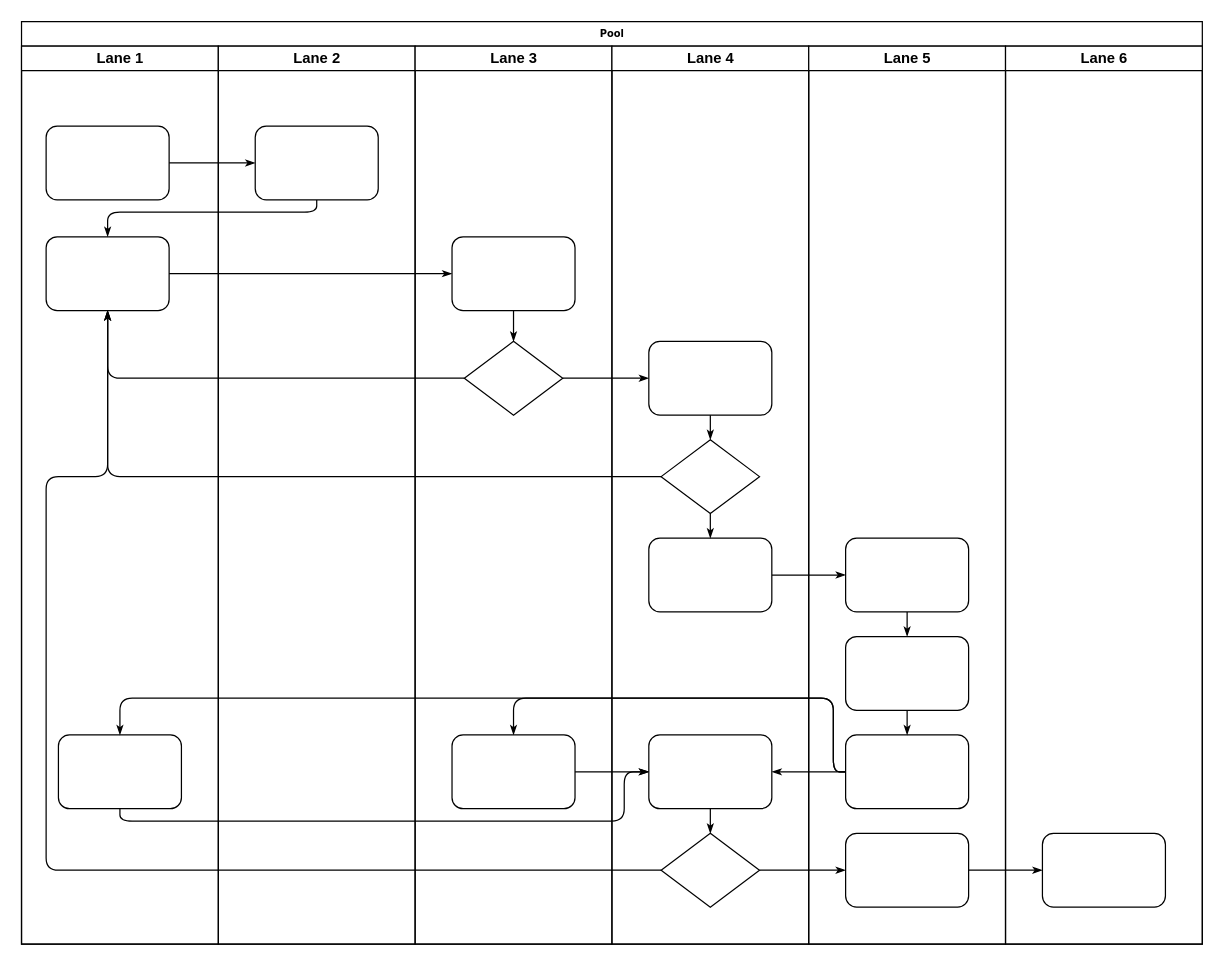
Above: Untitled Diagram.drawio in Isa-S/Hello-World (draw.io), before the change. Source tidied: cells renumbered, new cells numbered last; positions are measured from the earlier drawing's top-left corner, leaving out a move shared by most shapes. Both pictures are drawn from the tidied source at 123%, with x=0, y=0 at pixel (21, 21).
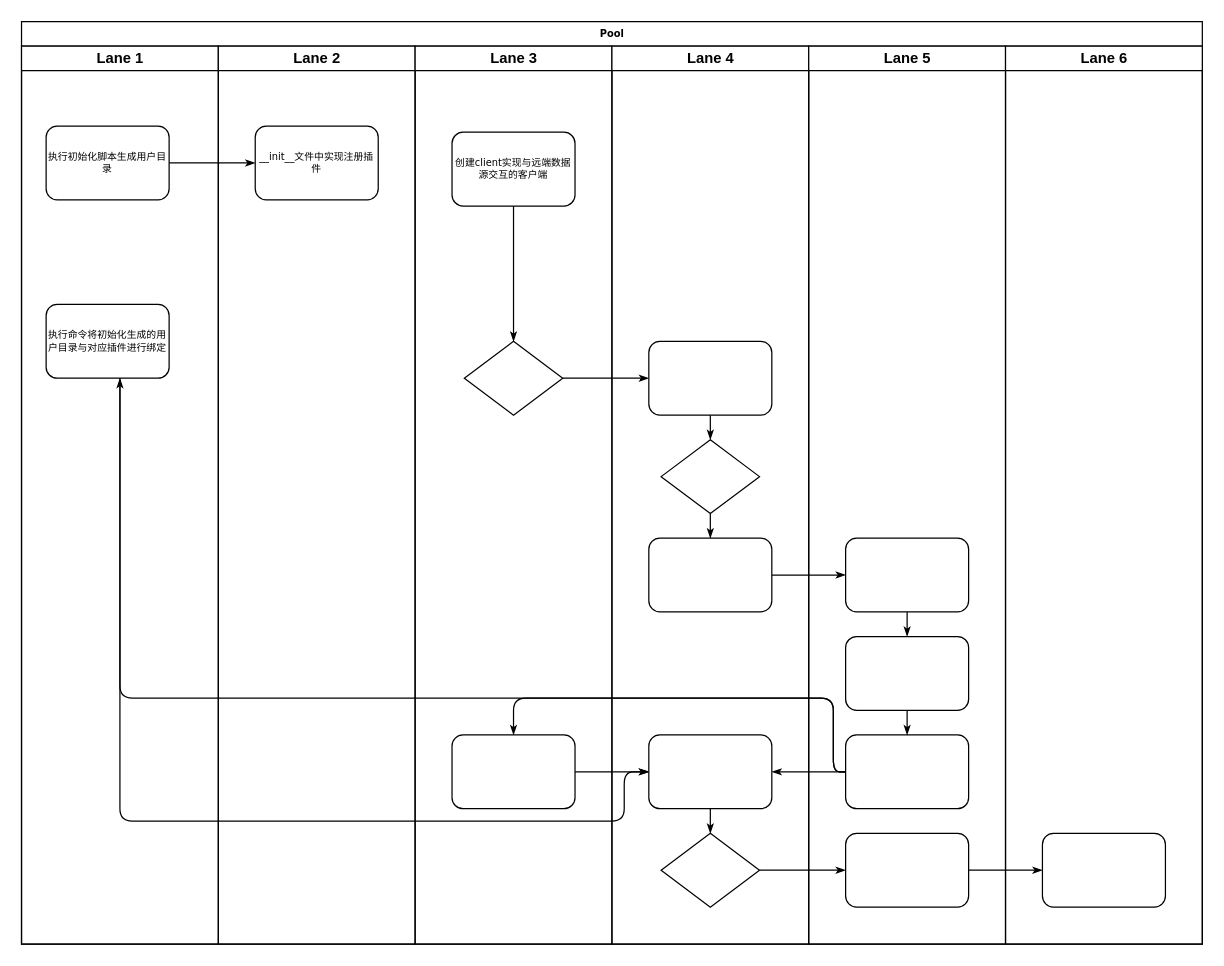
The same diagram, later.

The change refers to these unchanged cells:
```xml
<mxCell id="2" value="Pool" style="swimlane;html=1;startSize=20;rounded=0;shadow=0;labelBackgroundColor=none;strokeWidth=1;fontFamily=Verdana;fontSize=8;align=center;" parent="1" vertex="1">
  <mxGeometry width="960" height="750" as="geometry" />
</mxCell>
<mxCell id="3" value="Lane 1" style="swimlane;html=1;startSize=20;" parent="2" vertex="1">
  <mxGeometry y="20" width="160" height="730" as="geometry" />
</mxCell>
<mxCell id="22" value="Lane 2" style="swimlane;html=1;startSize=20;" parent="2" vertex="1">
  <mxGeometry x="160" y="20" width="160" height="730" as="geometry" />
</mxCell>
<mxCell id="24" value="Lane 3" style="swimlane;html=1;startSize=20;" parent="2" vertex="1">
  <mxGeometry x="320" y="20" width="160" height="730" as="geometry" />
</mxCell>
<mxCell id="26" style="rhombus;whiteSpace=wrap;html=1;rounded=0;shadow=0;labelBackgroundColor=none;strokeWidth=1;fontFamily=Verdana;fontSize=8;align=center;" parent="24" vertex="1">
  <mxGeometry x="40" y="240" width="80" height="60" as="geometry" />
</mxCell>
<mxCell id="31" style="rhombus;whiteSpace=wrap;html=1;rounded=0;shadow=0;labelBackgroundColor=none;strokeWidth=1;fontFamily=Verdana;fontSize=8;align=center;" parent="29" vertex="1">
  <mxGeometry x="40" y="320" width="80" height="60" as="geometry" />
</mxCell>
<mxCell id="34" style="rhombus;whiteSpace=wrap;html=1;rounded=0;shadow=0;labelBackgroundColor=none;strokeWidth=1;fontFamily=Verdana;fontSize=8;align=center;" parent="29" vertex="1">
  <mxGeometry x="40" y="640" width="80" height="60" as="geometry" />
</mxCell>
```

The edit, as a diff of the source:
```diff
@@
-    <mxCell id="4" style="rounded=1;whiteSpace=wrap;html=1;shadow=0;labelBackgroundColor=none;strokeWidth=1;fontFamily=Verdana;fontSize=8;align=center;" parent="3" vertex="1">
+    <mxCell id="4" value="执行初始化脚本生成用户目录" style="rounded=1;whiteSpace=wrap;html=1;shadow=0;labelBackgroundColor=none;strokeWidth=1;fontFamily=Verdana;fontSize=8;align=center;" parent="3" vertex="1">
       <mxGeometry x="20" y="65" width="100" height="60" as="geometry" />
     </mxCell>
-    <mxCell id="5" style="rounded=1;whiteSpace=wrap;html=1;shadow=0;labelBackgroundColor=none;strokeWidth=1;fontFamily=Verdana;fontSize=8;align=center;" parent="3" vertex="1">
-      <mxGeometry x="20" y="155" width="100" height="60" as="geometry" />
-    </mxCell>
-    <mxCell id="6" style="rounded=1;whiteSpace=wrap;html=1;shadow=0;labelBackgroundColor=none;strokeWidth=1;fontFamily=Verdana;fontSize=8;align=center;" parent="3" vertex="1">
-      <mxGeometry x="30" y="560" width="100" height="60" as="geometry" />
+    <mxCell id="6" value="执行命令将初始化生成的用户目录与对应插件进行绑定" style="rounded=1;whiteSpace=wrap;html=1;shadow=0;labelBackgroundColor=none;strokeWidth=1;fontFamily=Verdana;fontSize=8;align=center;" parent="3" vertex="1">
+      <mxGeometry x="20" y="210" width="100" height="60" as="geometry" />
     </mxCell>
@@
-    <mxCell id="8" style="edgeStyle=orthogonalEdgeStyle;rounded=1;html=1;labelBackgroundColor=none;startArrow=none;startFill=0;startSize=5;endArrow=classicThin;endFill=1;endSize=5;jettySize=auto;strokeWidth=1;fontFamily=Verdana;fontSize=8;" parent="2" edge="1" source="23" target="5">
-      <mxGeometry relative="1" as="geometry">
-        <Array as="points">
-          <mxPoint x="240" y="155" />
-          <mxPoint x="70" y="155" />
-        </Array>
-      </mxGeometry>
-    </mxCell>
-    <mxCell id="9" style="edgeStyle=orthogonalEdgeStyle;rounded=1;html=1;labelBackgroundColor=none;startArrow=none;startFill=0;startSize=5;endArrow=classicThin;endFill=1;endSize=5;jettySize=auto;strokeWidth=1;fontFamily=Verdana;fontSize=8;" parent="2" edge="1" source="5" target="25">
-      <mxGeometry relative="1" as="geometry" />
-    </mxCell>
-    <mxCell id="10" style="edgeStyle=orthogonalEdgeStyle;rounded=1;html=1;labelBackgroundColor=none;startArrow=none;startFill=0;startSize=5;endArrow=classicThin;endFill=1;endSize=5;jettySize=auto;strokeWidth=1;fontFamily=Verdana;fontSize=8;" parent="2" edge="1" source="26" target="5">
-      <mxGeometry relative="1" as="geometry" />
-    </mxCell>
-    <mxCell id="11" style="edgeStyle=orthogonalEdgeStyle;rounded=1;html=1;labelBackgroundColor=none;startArrow=none;startFill=0;startSize=5;endArrow=classicThin;endFill=1;endSize=5;jettySize=auto;strokeWidth=1;fontFamily=Verdana;fontSize=8;" parent="2" edge="1" source="31" target="5">
-      <mxGeometry relative="1" as="geometry" />
-    </mxCell>
-    <mxCell id="12" style="edgeStyle=orthogonalEdgeStyle;rounded=1;html=1;labelBackgroundColor=none;startArrow=none;startFill=0;startSize=5;endArrow=classicThin;endFill=1;endSize=5;jettySize=auto;strokeWidth=1;fontFamily=Verdana;fontSize=8;" parent="2" edge="1" source="34" target="5">
-      <mxGeometry relative="1" as="geometry">
-        <Array as="points">
-          <mxPoint x="20" y="690" />
-          <mxPoint x="20" y="370" />
-          <mxPoint x="70" y="370" />
-        </Array>
-      </mxGeometry>
-    </mxCell>
@@
-    <mxCell id="23" style="rounded=1;whiteSpace=wrap;html=1;shadow=0;labelBackgroundColor=none;strokeWidth=1;fontFamily=Verdana;fontSize=8;align=center;" parent="22" vertex="1">
+    <mxCell id="23" value="__init__文件中实现注册插件" style="rounded=1;whiteSpace=wrap;html=1;shadow=0;labelBackgroundColor=none;strokeWidth=1;fontFamily=Verdana;fontSize=8;align=center;" parent="22" vertex="1">
       <mxGeometry x="30" y="65" width="100" height="60" as="geometry" />
     </mxCell>
@@
-    <mxCell id="25" style="rounded=1;whiteSpace=wrap;html=1;shadow=0;labelBackgroundColor=none;strokeWidth=1;fontFamily=Verdana;fontSize=8;align=center;" parent="24" vertex="1">
-      <mxGeometry x="30" y="155" width="100" height="60" as="geometry" />
+    <mxCell id="25" value="创建client实现与远端数据源交互的客户端" style="rounded=1;whiteSpace=wrap;html=1;shadow=0;labelBackgroundColor=none;strokeWidth=1;fontFamily=Verdana;fontSize=8;align=center;" parent="24" vertex="1">
+      <mxGeometry x="30" y="70" width="100" height="60" as="geometry" />
     </mxCell>
```
